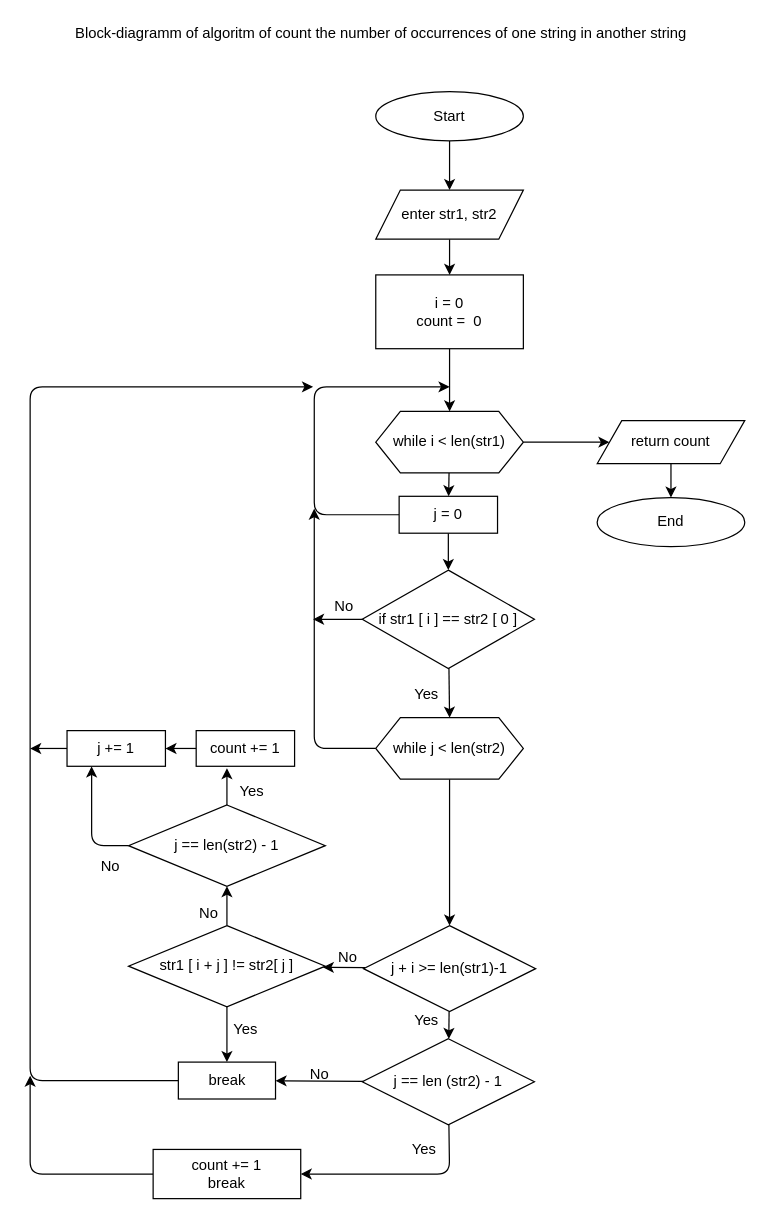
AbubakirovRA/Python keeps this draw.io diagram as 1. workshop 1/find_str.drawio. Above is the earlier version. Source tidied: cells renumbered, new cells numbered last; positions are measured from the earlier drawing's top-left corner, leaving out a move shared by most shapes. Both pictures are drawn from the tidied source at 123%, with x=0, y=0 at pixel (30, 21).
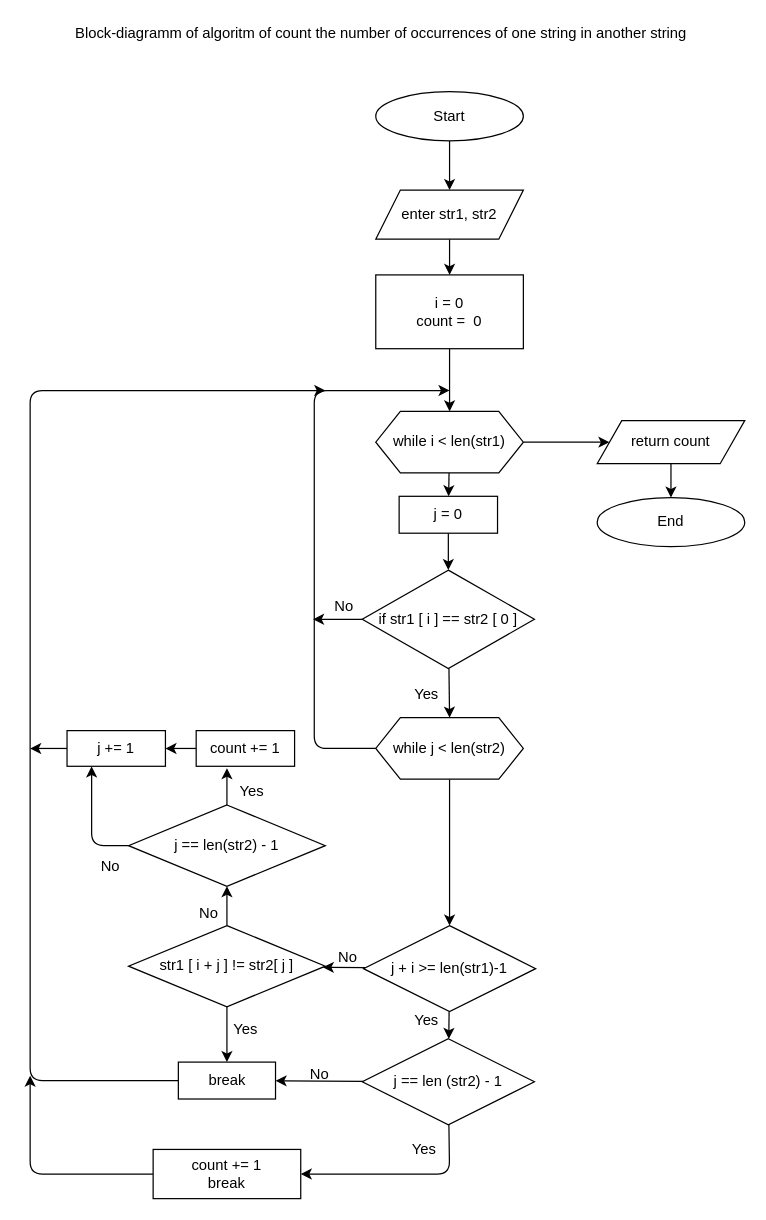
Above is the later version.

Commit message:
add find_string

Unchanged cells that the change refers to:
```xml
<mxCell id="13" value="j = 0" style="whiteSpace=wrap;html=1;" parent="1" vertex="1">
  <mxGeometry x="300" y="386" width="80" height="30" as="geometry" />
</mxCell>
<mxCell id="15" value="while j &amp;lt; len(str2)" style="shape=hexagon;perimeter=hexagonPerimeter2;whiteSpace=wrap;html=1;fixedSize=1;" parent="1" vertex="1">
  <mxGeometry x="281" y="566" width="120" height="50" as="geometry" />
</mxCell>
<mxCell id="36" value="break" style="whiteSpace=wrap;html=1;" parent="1" vertex="1">
  <mxGeometry x="120.5" y="846" width="79" height="30" as="geometry" />
</mxCell>
```

Diff of the diagram source:
```diff
@@
-    <mxCell id="11" style="edgeStyle=none;html=1;" parent="1" edge="1" source="13">
-      <mxGeometry relative="1" as="geometry">
-        <mxPoint x="341" y="297" as="targetPoint" />
-        <Array as="points">
-          <mxPoint x="231" y="401" />
-          <mxPoint x="231" y="342" />
-          <mxPoint x="231" y="297" />
-        </Array>
-      </mxGeometry>
-    </mxCell>
@@
     <mxCell id="16" style="edgeStyle=none;html=1;" parent="1" edge="1" source="15">
       <mxGeometry relative="1" as="geometry">
-        <mxPoint x="231" y="396" as="targetPoint" />
+        <mxPoint x="341" y="300" as="targetPoint" />
         <Array as="points">
           <mxPoint x="231" y="591" />
           <mxPoint x="231" y="457" />
+          <mxPoint x="231" y="300" />
         </Array>
       </mxGeometry>
     </mxCell>
@@
     <mxCell id="35" style="edgeStyle=none;html=1;exitX=0;exitY=0.5;exitDx=0;exitDy=0;" parent="1" edge="1" source="36">
       <mxGeometry relative="1" as="geometry">
-        <mxPoint x="230" y="297" as="targetPoint" />
+        <mxPoint x="240" y="300" as="targetPoint" />
         <Array as="points">
           <mxPoint y="861" />
-          <mxPoint y="297" />
+          <mxPoint y="300" />
         </Array>
       </mxGeometry>
     </mxCell>
```
